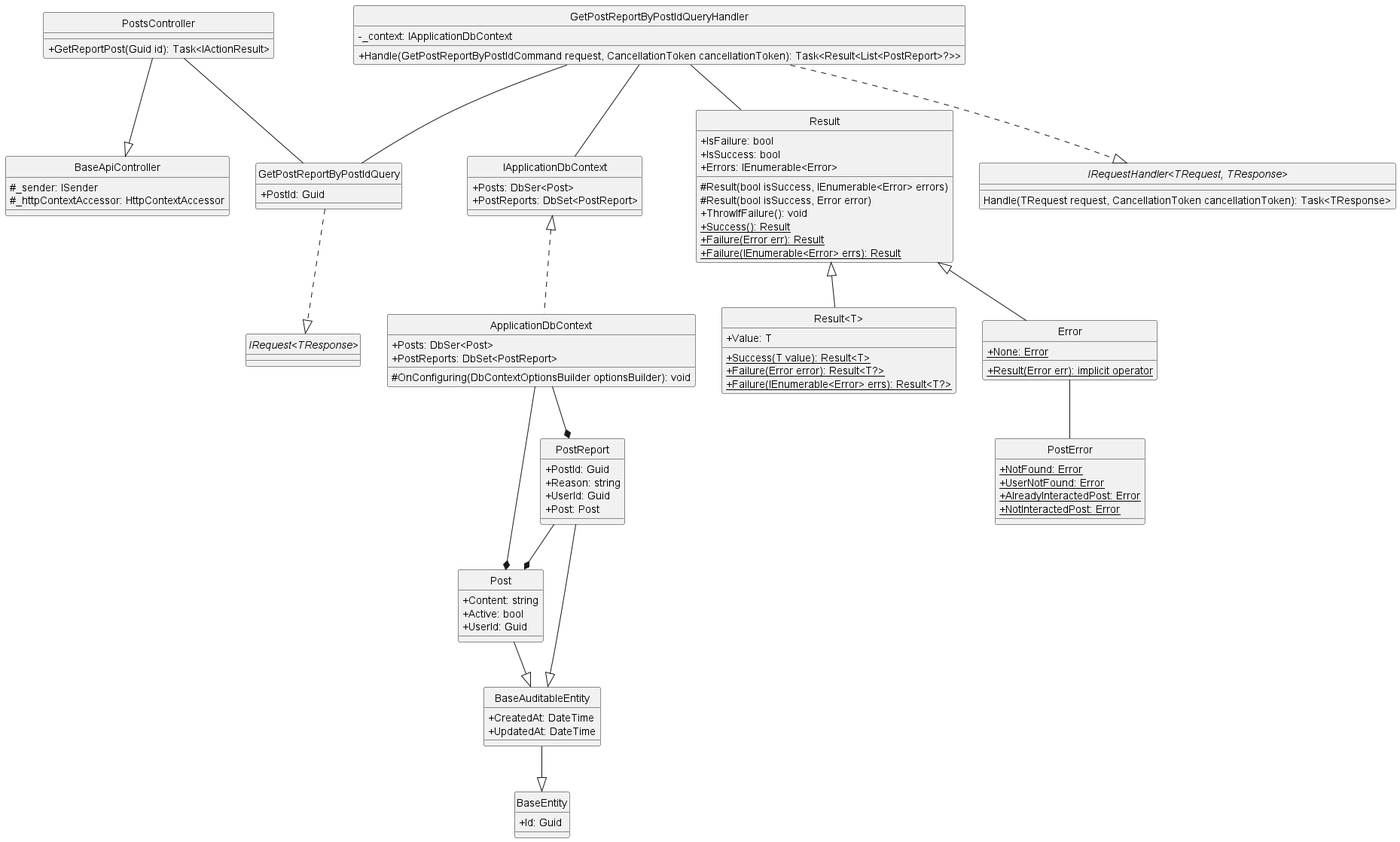
Above: docs/Class Diagram/Post/Post/GetReportPostByPostId/ClassDiagram/getReportPostByPostId.png in Carl-Johnsons/Chat-Application (PlantUML), before the change.
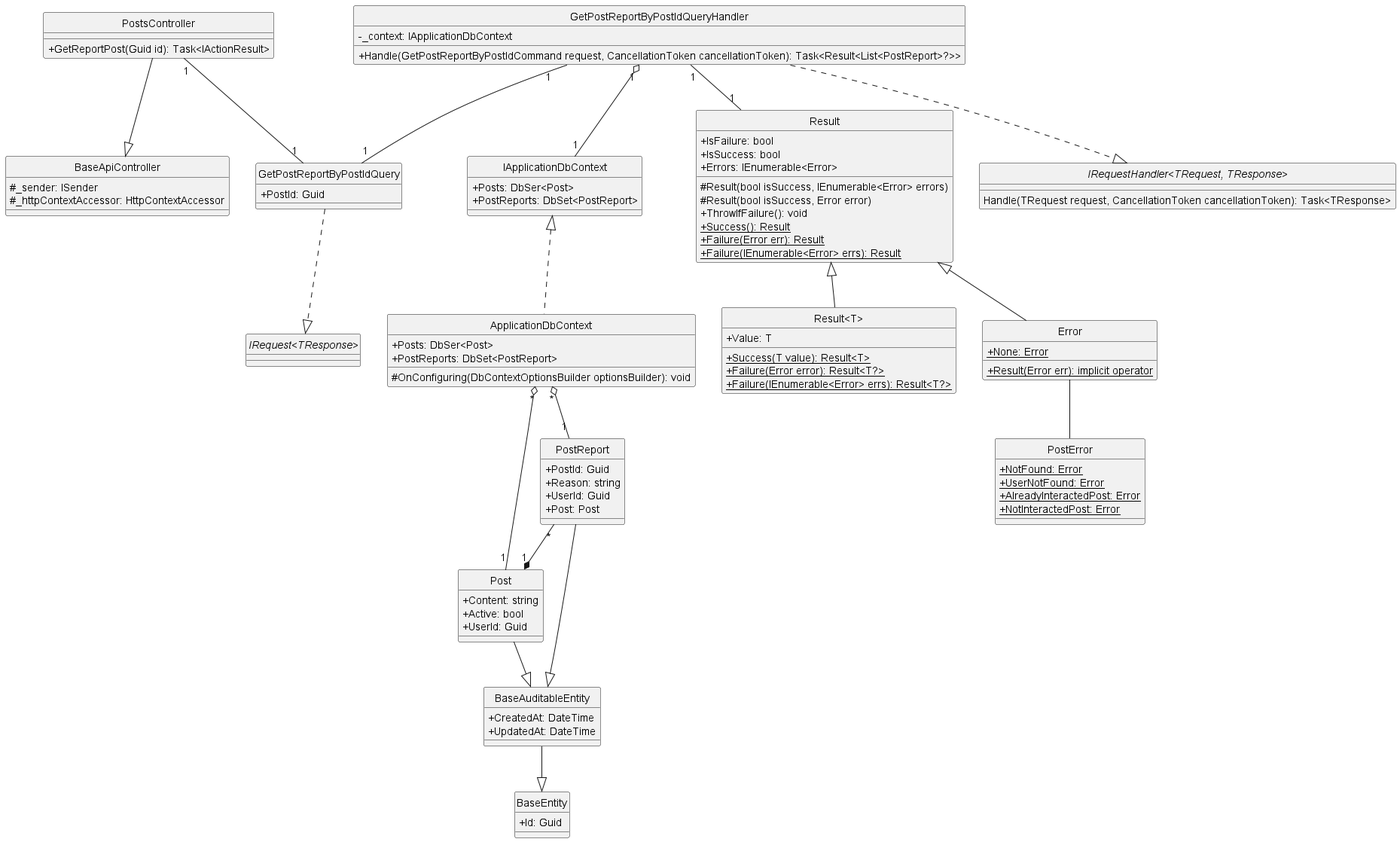
After the change.

What changed in the source:
```diff
@@ -90,20 +90,20 @@
 }
 
 PostsController --|> BaseApiController
-PostsController -- GetPostReportByPostIdQuery
+PostsController "1"--"1" GetPostReportByPostIdQuery
 GetPostReportByPostIdQuery ..|> "IRequest<TResponse>"
 GetPostReportByPostIdQueryHandler ..|> "IRequestHandler<TRequest, TResponse>"
-GetPostReportByPostIdQueryHandler -- GetPostReportByPostIdQuery
-GetPostReportByPostIdQueryHandler -- Result
-GetPostReportByPostIdQueryHandler -- IApplicationDbContext
+GetPostReportByPostIdQueryHandler "1"--"1" GetPostReportByPostIdQuery
+GetPostReportByPostIdQueryHandler "1"--"1" Result
+GetPostReportByPostIdQueryHandler "1" o--"1" IApplicationDbContext
 Result <|-- Error
 Result <|-- "Result<T>"
 Error -- PostError
 PostReport --|> BaseAuditableEntity
 Post --|> BaseAuditableEntity
 BaseAuditableEntity --|> BaseEntity
-PostReport --* Post
+PostReport "*"--*"1" Post
 IApplicationDbContext <|.. ApplicationDbContext
-ApplicationDbContext --* Post
-ApplicationDbContext --* PostReport
+ApplicationDbContext "*" o--"1" Post
+ApplicationDbContext "*" o--"1" PostReport
 @enduml
```
